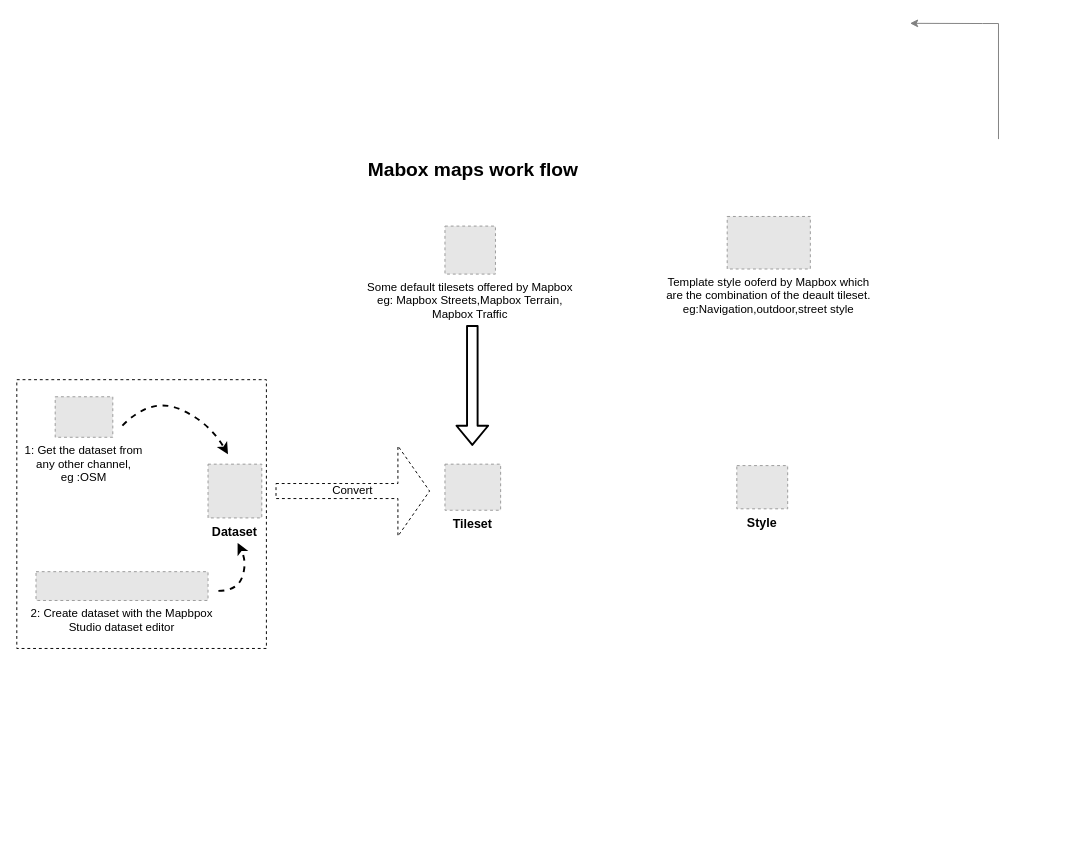
Earlier version of the draw.io diagram Untitled Diagram.drawio (peytonwupeixin/Draw-IO-Store). Source tidied: cells renumbered, new cells numbered last; positions are measured from the earlier drawing's top-left corner, leaving out a move shared by most shapes. Both pictures are drawn from the tidied source at 96%, with x=0, y=0 at pixel (16, 15). Pictures stored in the file or linked from it are replaced by grey dashed boxes.
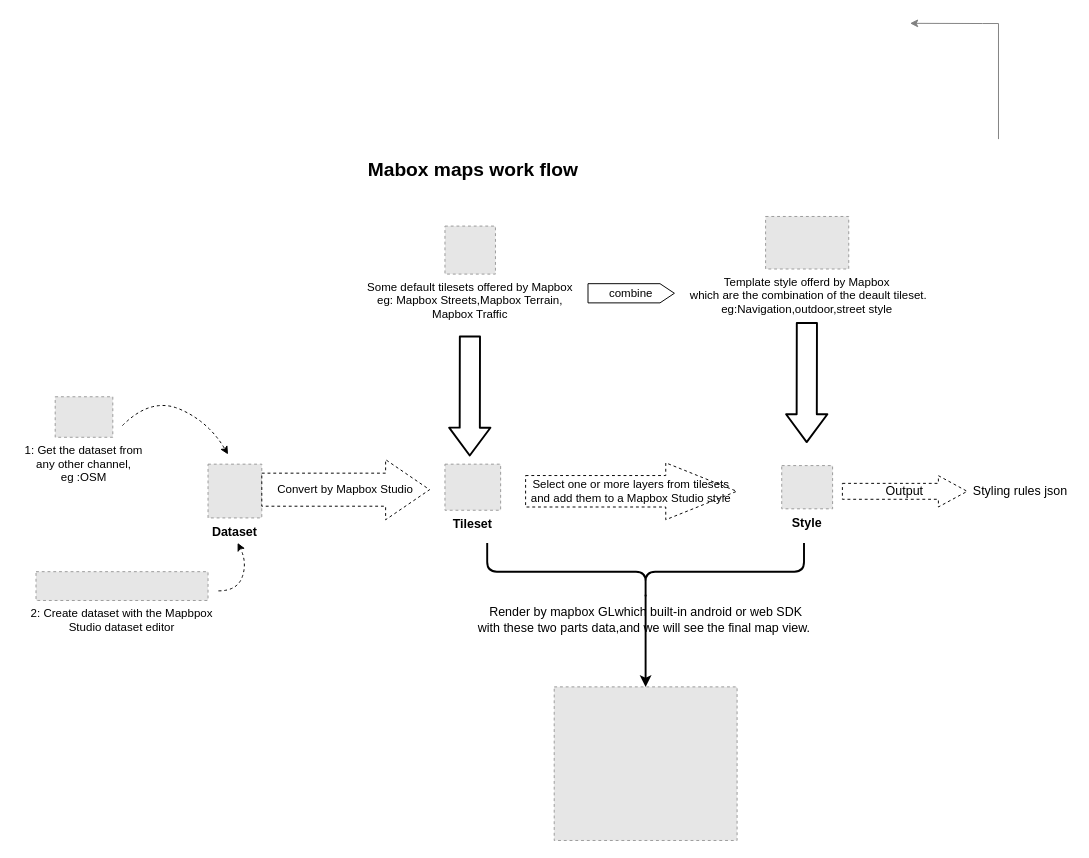
Above is the later version.

Diff of the diagram source:
```diff
@@
-    <mxCell id="7" style="rounded=0;whiteSpace=wrap;html=1;fillColor=none;verticalAlign=top;dashed=1;" parent="1" vertex="1">
-      <mxGeometry y="379" width="260" height="280" as="geometry" />
-    </mxCell>
@@
     <mxCell id="12" value="Style" style="fillColor=#E6E6E6;strokeColor=#999999;dashed=1;verticalLabelPosition=bottom;verticalAlign=top;fontSize=13;fontStyle=1;" parent="1" vertex="1">
-      <mxGeometry x="750" y="468.5" width="53" height="45" as="geometry" />
+      <mxGeometry x="796.8" y="468.5" width="53" height="45" as="geometry" />
     </mxCell>
@@
-    <mxCell id="14" style="curved=1;endArrow=classic;html=1;strokeWidth=2;dashed=1;" parent="1" edge="1">
+    <mxCell id="14" style="curved=1;endArrow=classic;html=1;strokeWidth=1;dashed=1;" parent="1" edge="1">
       <mxGeometry relative="1" as="geometry">
         <mxPoint x="110" y="426.8" as="sourcePoint" />
         <mxPoint x="220" y="456.8" as="targetPoint" />
         <Array as="points">
           <mxPoint x="140" y="396.8" />
           <mxPoint x="200" y="422.8" />
         </Array>
       </mxGeometry>
     </mxCell>
-    <mxCell id="15" value="Convert&lt;br&gt;" style="shape=singleArrow;whiteSpace=wrap;html=1;dashed=1;arrowWidth=0.16666666666666666;arrowSize=0.20625;" parent="1" vertex="1">
-      <mxGeometry x="270" y="448" width="160" height="94" as="geometry" />
-    </mxCell>
@@
-    <mxCell id="17" style="curved=1;endArrow=classic;html=1;strokeWidth=2;dashed=1;" parent="1" edge="1">
+    <mxCell id="17" style="curved=1;endArrow=classic;html=1;strokeWidth=1;dashed=1;" parent="1" edge="1">
       <mxGeometry relative="1" as="geometry">
         <mxPoint x="210" y="599" as="sourcePoint" />
         <mxPoint x="230" y="549" as="targetPoint" />
         <Array as="points">
           <mxPoint x="230" y="599" />
           <mxPoint x="240" y="569" />
         </Array>
       </mxGeometry>
     </mxCell>
@@
-    <mxCell id="19" style="endArrow=classic;html=1;strokeWidth=2;shape=flexArrow;" parent="1" edge="1">
-      <mxGeometry relative="1" as="geometry">
-        <mxPoint x="474.5" y="322" as="sourcePoint" />
-        <mxPoint x="474.5" y="448" as="targetPoint" />
-      </mxGeometry>
-    </mxCell>
@@
-    <mxCell id="22" value="Template style ooferd by Mapbox which &#10;are the combination of the deault tileset.&#10;eg:Navigation,outdoor,street style" style="fillColor=#E6E6E6;strokeColor=#999999;dashed=1;verticalLabelPosition=bottom;labelBackgroundColor=#ffffff;verticalAlign=top;" parent="1" vertex="1">
-      <mxGeometry x="740" y="209" width="86.6" height="54.7" as="geometry" />
+    <mxCell id="22" value="Template style offerd by Mapbox&#10; which are the combination of the deault tileset.&#10;eg:Navigation,outdoor,street style" style="fillColor=#E6E6E6;strokeColor=#999999;dashed=1;verticalLabelPosition=bottom;labelBackgroundColor=#ffffff;verticalAlign=top;" parent="1" vertex="1">
+      <mxGeometry x="780" y="209" width="86.6" height="54.7" as="geometry" />
     </mxCell>
+    <mxCell id="23" value="combine" style="shape=singleArrow;whiteSpace=wrap;html=1;arrowWidth=1;arrowSize=0.16666666666666666;" parent="1" vertex="1">
+      <mxGeometry x="595" y="279" width="90" height="20" as="geometry" />
+    </mxCell>
+    <mxCell id="24" style="endArrow=classic;html=1;strokeWidth=2;shape=flexArrow;width=20;endSize=9;" parent="1" edge="1">
+      <mxGeometry relative="1" as="geometry">
+        <mxPoint x="823" y="319" as="sourcePoint" />
+        <mxPoint x="822.8" y="445" as="targetPoint" />
+      </mxGeometry>
+    </mxCell>
+    <mxCell id="25" value="Output" style="shape=singleArrow;direction=east;whiteSpace=wrap;html=1;strokeWidth=1;fontSize=13;dashed=1;arrowWidth=0.5092024539877272;arrowSize=0.23076923076923078;" parent="1" vertex="1">
+      <mxGeometry x="860" y="479" width="130" height="32.6" as="geometry" />
+    </mxCell>
+    <mxCell id="26" value="Styling rules json" style="text;html=1;align=center;verticalAlign=middle;fontSize=13;" parent="1" vertex="1">
+      <mxGeometry x="990" y="485.3" width="110" height="20" as="geometry" />
+    </mxCell>
+    <mxCell id="27" value="Select one or more layers from tilesets and add them to a Mapbox Studio style" style="shape=singleArrow;whiteSpace=wrap;html=1;dashed=1;arrowWidth=0.5526315789473685;arrowSize=0.3364224014644468;" parent="1" vertex="1">
+      <mxGeometry x="530" y="465.6" width="220" height="59.3" as="geometry" />
+    </mxCell>
+    <mxCell id="28" value="Convert by Mapbox Studio" style="shape=singleArrow;whiteSpace=wrap;html=1;dashed=1;arrowWidth=0.55;arrowSize=0.2620559464561521;" parent="1" vertex="1">
+      <mxGeometry x="255.2" y="462.3" width="174.8" height="62.6" as="geometry" />
+    </mxCell>
+    <mxCell id="29" style="endArrow=classic;html=1;strokeWidth=2;shape=flexArrow;width=20;endSize=9;" parent="1" edge="1">
+      <mxGeometry relative="1" as="geometry">
+        <mxPoint x="472" y="333" as="sourcePoint" />
+        <mxPoint x="471.8" y="459" as="targetPoint" />
+      </mxGeometry>
+    </mxCell>
+    <mxCell id="30" style="fillColor=#E6E6E6;strokeColor=#999999;dashed=1;verticalLabelPosition=bottom;labelBackgroundColor=#ffffff;verticalAlign=top;" parent="1" vertex="1">
+      <mxGeometry x="559.8" y="699" width="190.5" height="160" as="geometry" />
+    </mxCell>
+    <mxCell id="31" style="shape=curlyBracket;whiteSpace=wrap;html=1;rounded=1;strokeWidth=2;fontSize=13;direction=north;" parent="1" vertex="1">
+      <mxGeometry x="490" y="549" width="330" height="60" as="geometry" />
+    </mxCell>
+    <mxCell id="32" style="endArrow=classic;html=1;strokeWidth=2;fontSize=13;exitX=0.1;exitY=0.5;exitDx=0;exitDy=0;exitPerimeter=0;" parent="1" edge="1" source="31">
+      <mxGeometry relative="1" as="geometry">
+        <mxPoint x="655" y="699" as="targetPoint" />
+      </mxGeometry>
+    </mxCell>
+    <mxCell id="33" value="Render by mapbox GLwhich built-in android or web SDK&lt;br&gt;with these two parts data,and we will see the final map view.&amp;nbsp;" style="text;html=1;align=center;verticalAlign=middle;fontSize=13;" parent="1" vertex="1">
+      <mxGeometry x="470" y="609" width="370" height="40" as="geometry" />
+    </mxCell>
```
